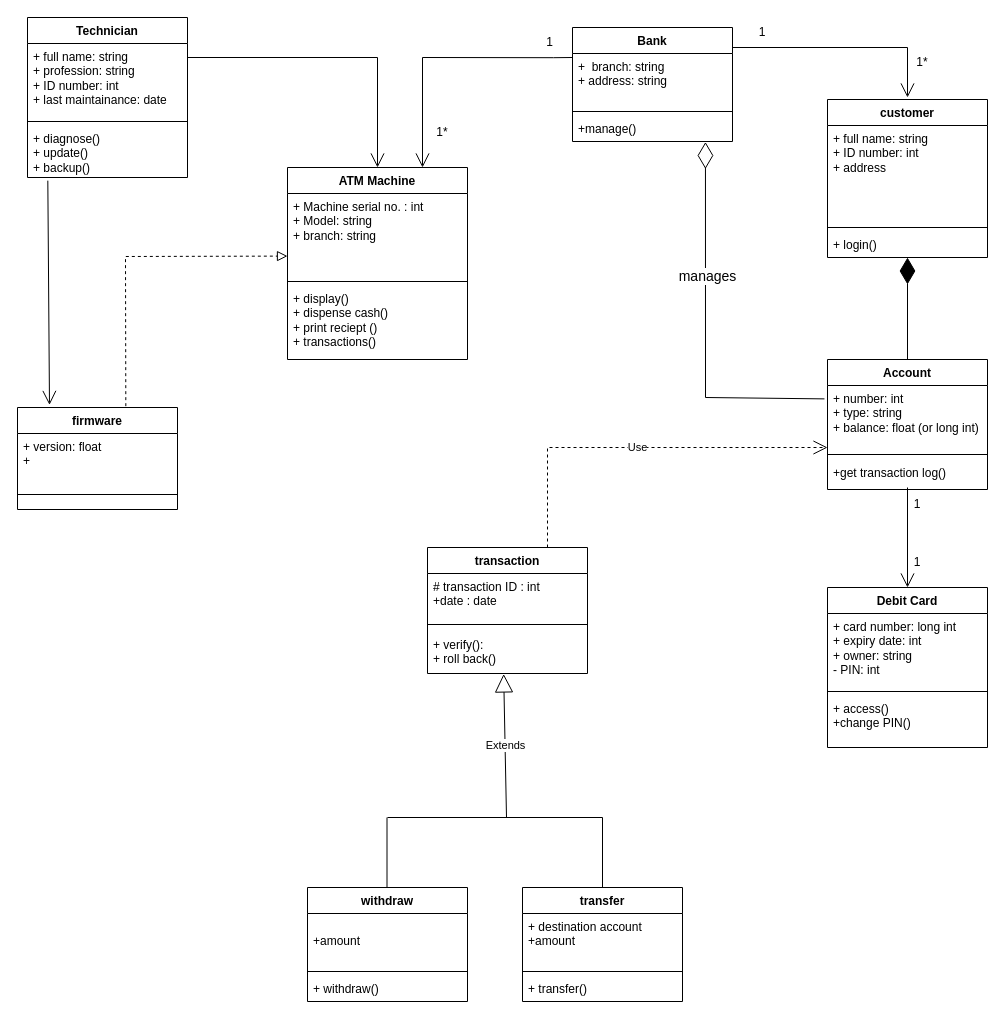
Before: Class Diagram ATM.drawio in LoneStreetSkater/DRAW.IO, a draw.io diagram. Source tidied: cells renumbered, new cells numbered last; positions are measured from the earlier drawing's top-left corner, leaving out a move shared by most shapes. Both pictures are drawn from the tidied source at 100%, with x=0, y=0 at pixel (17, 17).
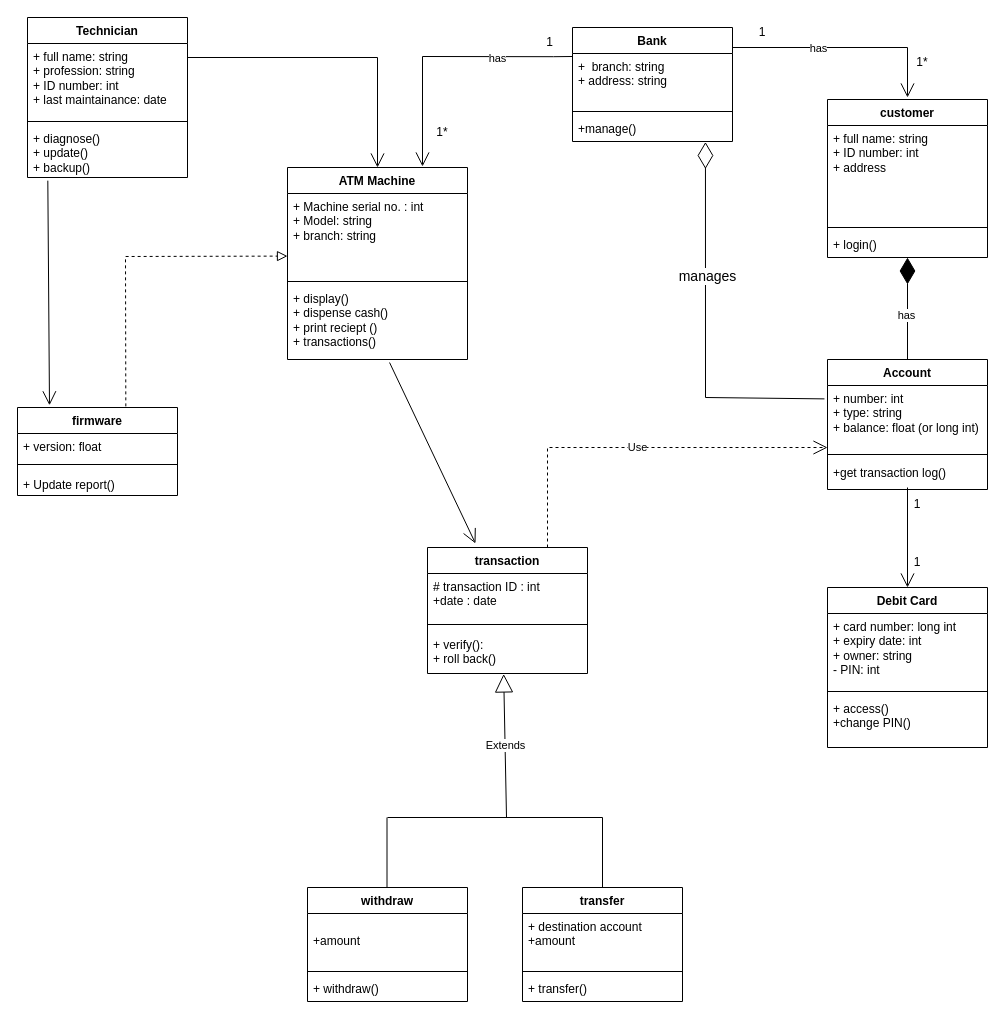
Above is the later version.

Unchanged cells that the change refers to:
```xml
<mxCell id="6" value="ATM Machine" style="swimlane;fontStyle=1;align=center;verticalAlign=top;horizontal=1;startSize=26;whiteSpace=wrap;html=1;" parent="1" vertex="1">
  <mxGeometry x="270" y="150" width="180" height="192" as="geometry" />
</mxCell>
<mxCell id="9" value="+ display()&lt;div&gt;+ dispense cash()&lt;/div&gt;&lt;div&gt;+ print reciept ()&lt;br&gt;&lt;div&gt;+ transactions()&lt;/div&gt;&lt;/div&gt;" style="text;strokeColor=none;fillColor=none;align=left;verticalAlign=top;spacingLeft=4;spacingRight=4;overflow=hidden;points=[[0,0.5],[1,0.5]];portConstraint=eastwest;whiteSpace=wrap;html=1;" parent="6" vertex="1">
  <mxGeometry y="118" width="180" height="74" as="geometry" />
</mxCell>
<mxCell id="18" value="transaction" style="swimlane;fontStyle=1;align=center;verticalAlign=top;horizontal=1;startSize=26;whiteSpace=wrap;html=1;" parent="1" vertex="1">
  <mxGeometry x="410" y="530" width="160" height="126" as="geometry" />
</mxCell>
<mxCell id="48" style="endArrow=diamondThin;endFill=1;endSize=24;html=1;rounded=0;exitX=0.5;exitY=0;exitDx=0;exitDy=0;" parent="1" edge="1" source="22">
  <mxGeometry relative="1" as="geometry">
    <mxPoint x="890" y="240" as="targetPoint" />
  </mxGeometry>
</mxCell>
<mxCell id="54" style="endArrow=open;endFill=1;endSize=12;html=1;rounded=0;" parent="1" edge="1">
  <mxGeometry relative="1" as="geometry">
    <mxPoint x="715" y="30" as="sourcePoint" />
    <mxPoint x="890" y="80" as="targetPoint" />
    <Array as="points">
      <mxPoint x="890" y="30" />
    </Array>
  </mxGeometry>
</mxCell>
```

The edit, as a diff of the source:
```diff
@@
     <mxCell id="34" value="firmware" style="swimlane;fontStyle=1;align=center;verticalAlign=top;horizontal=1;startSize=26;whiteSpace=wrap;html=1;" parent="1" vertex="1">
-      <mxGeometry y="390" width="160" height="102" as="geometry" />
+      <mxGeometry y="390" width="160" height="88" as="geometry" />
     </mxCell>
-    <mxCell id="35" value="+ version: float&lt;span style=&quot;background-color: initial;&quot;&gt;&amp;nbsp;&lt;/span&gt;&lt;div&gt;&lt;span style=&quot;background-color: initial;&quot;&gt;+&amp;nbsp;&lt;/span&gt;&lt;/div&gt;" style="text;strokeColor=none;fillColor=none;align=left;verticalAlign=top;spacingLeft=4;spacingRight=4;overflow=hidden;whiteSpace=wrap;html=1;" parent="34" vertex="1">
-      <mxGeometry y="26" width="160" height="46" as="geometry" />
+    <mxCell id="35" value="+ version: float&lt;span style=&quot;background-color: initial;&quot;&gt;&amp;nbsp;&lt;/span&gt;" style="text;strokeColor=none;fillColor=none;align=left;verticalAlign=top;spacingLeft=4;spacingRight=4;overflow=hidden;whiteSpace=wrap;html=1;" parent="34" vertex="1">
+      <mxGeometry y="26" width="160" height="24" as="geometry" />
     </mxCell>
     <mxCell id="36" style="line;strokeWidth=1;fillColor=none;align=left;verticalAlign=middle;spacingTop=-1;spacingLeft=3;spacingRight=3;labelPosition=right;strokeColor=inherit;" parent="34" vertex="1">
-      <mxGeometry y="72" width="160" height="30" as="geometry" />
+      <mxGeometry y="50" width="160" height="14" as="geometry" />
     </mxCell>
+    <mxCell id="61" value="+ Update report()" style="text;strokeColor=none;fillColor=none;align=left;verticalAlign=top;spacingLeft=4;spacingRight=4;overflow=hidden;whiteSpace=wrap;html=1;" parent="34" vertex="1">
+      <mxGeometry y="64" width="160" height="24" as="geometry" />
+    </mxCell>
@@
+    <mxCell id="62" value="has" style="edgeLabel;html=1;align=center;verticalAlign=middle;" parent="48" vertex="1">
+      <mxGeometry x="-0.13" y="3" relative="1" as="geometry">
+        <mxPoint x="1" y="-1" as="offset" />
+      </mxGeometry>
+    </mxCell>
@@
+    <mxCell id="63" value="has" style="edgeLabel;html=1;align=center;verticalAlign=middle;" parent="54" vertex="1">
+      <mxGeometry x="-0.21" y="-4" relative="1" as="geometry">
+        <mxPoint x="-4" y="-4" as="offset" />
+      </mxGeometry>
+    </mxCell>
@@
-    <mxCell id="57" style="endArrow=open;endFill=1;endSize=12;html=1;rounded=0;exitX=-0.008;exitY=0.255;exitDx=0;exitDy=0;exitPerimeter=0;entryX=0.75;entryY=0;entryDx=0;entryDy=0;" parent="1" edge="1" target="6">
+    <mxCell id="57" style="endArrow=open;endFill=1;endSize=12;html=1;rounded=0;exitX=-0.008;exitY=0.255;exitDx=0;exitDy=0;exitPerimeter=0;entryX=0.75;entryY=0;entryDx=0;entryDy=0;" parent="1" edge="1">
       <mxGeometry relative="1" as="geometry">
-        <mxPoint x="554.7" y="40" as="sourcePoint" />
+        <mxPoint x="554.7" y="39" as="sourcePoint" />
+        <mxPoint x="405" y="149" as="targetPoint" />
         <Array as="points">
-          <mxPoint x="536" y="40.2" />
-          <mxPoint x="405" y="40" />
+          <mxPoint x="536" y="39.2" />
+          <mxPoint x="405" y="39" />
         </Array>
       </mxGeometry>
     </mxCell>
+    <mxCell id="64" value="has" style="edgeLabel;html=1;align=center;verticalAlign=middle;" parent="57" vertex="1">
+      <mxGeometry x="-0.1" y="1" relative="1" as="geometry">
+        <mxPoint x="42" as="offset" />
+      </mxGeometry>
+    </mxCell>
@@
+    <mxCell id="65" style="endArrow=open;endFill=1;endSize=12;html=1;rounded=0;exitX=0.567;exitY=1.041;exitDx=0;exitDy=0;exitPerimeter=0;entryX=0.3;entryY=-0.032;entryDx=0;entryDy=0;entryPerimeter=0;" parent="1" edge="1" source="9" target="18">
+      <mxGeometry relative="1" as="geometry" />
+    </mxCell>
```
